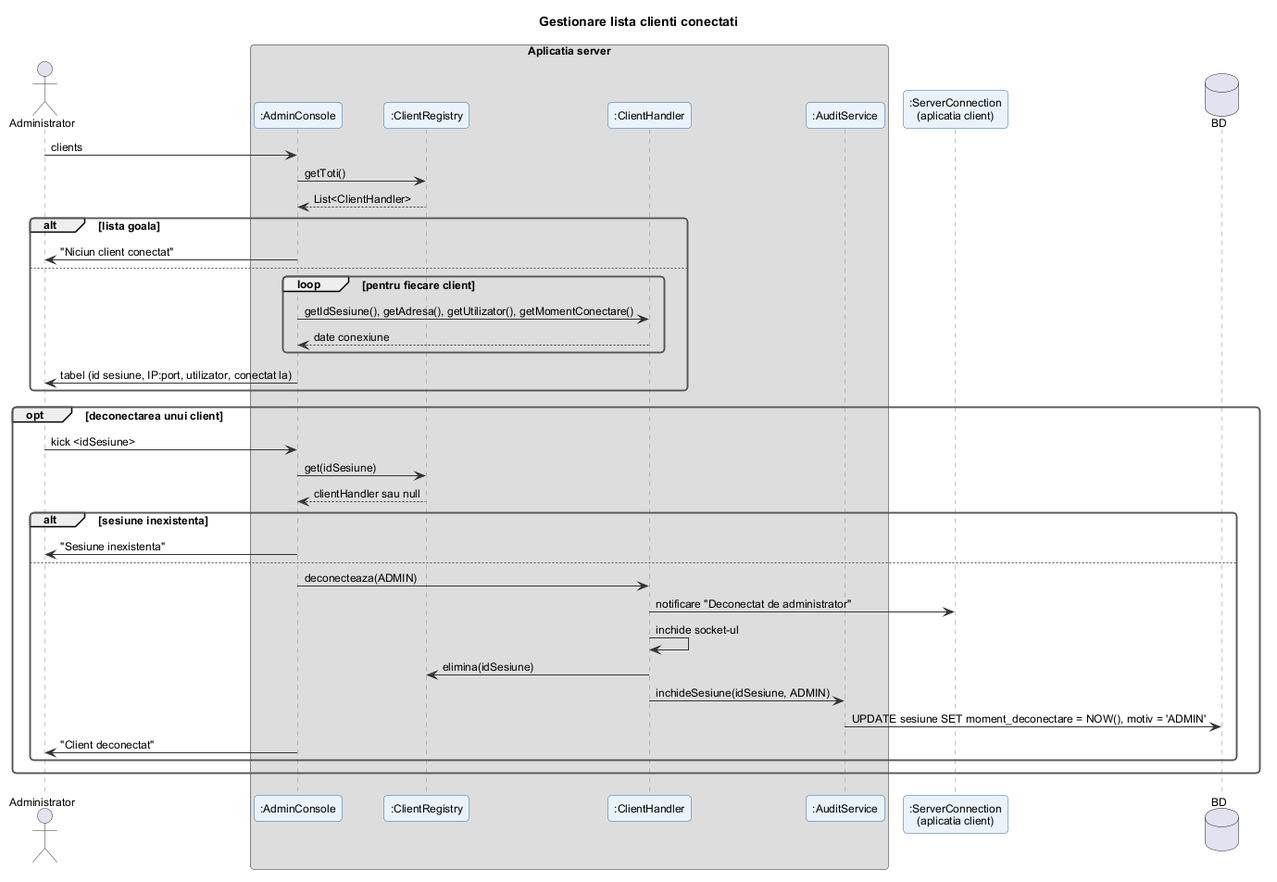
Above: docs/diagrame/6_secventa/gestionare_clienti_conectati.png in filip-eanu/ProiectIS (PlantUML), before the change.
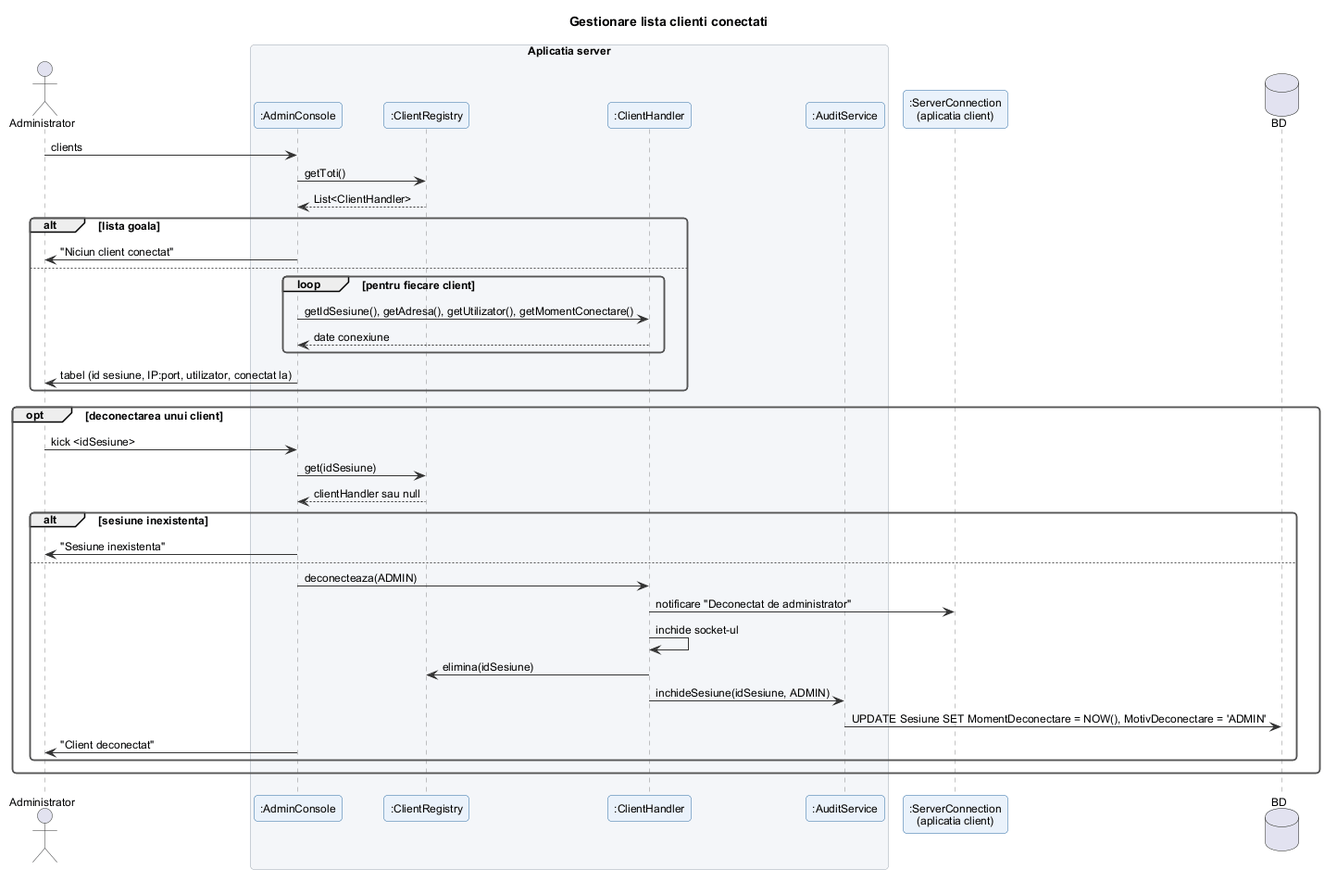
After the commit.

What changed in the source:
```diff
@@ -37,7 +37,7 @@
     CH -> CH : inchide socket-ul
     CH -> CR : elimina(idSesiune)
     CH -> AS : inchideSesiune(idSesiune, ADMIN)
-    AS -> DB : UPDATE sesiune SET moment_deconectare = NOW(), motiv = 'ADMIN'
+    AS -> DB : UPDATE Sesiune SET MomentDeconectare = NOW(), MotivDeconectare = 'ADMIN'
     AC -> Administrator : "Client deconectat"
   end
 end
```
